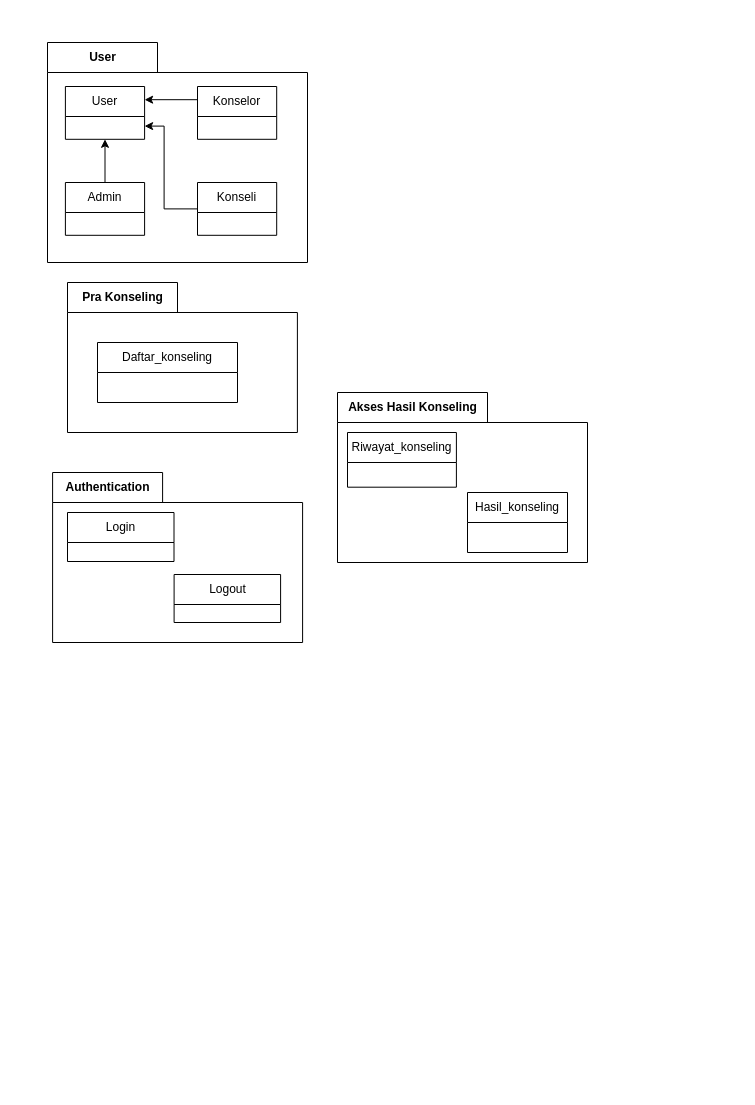
The draw.io diagram page "Package Diagram Class" (4 of 5) of UML.drawio in rhmdin/TB-APSI, before the edit. Source tidied: cells renumbered, new cells numbered last; positions are measured from the earlier drawing's top-left corner, leaving out a move shared by most shapes. Both pictures are drawn from the tidied source at 100%, with x=0, y=0 at pixel (47, 42).
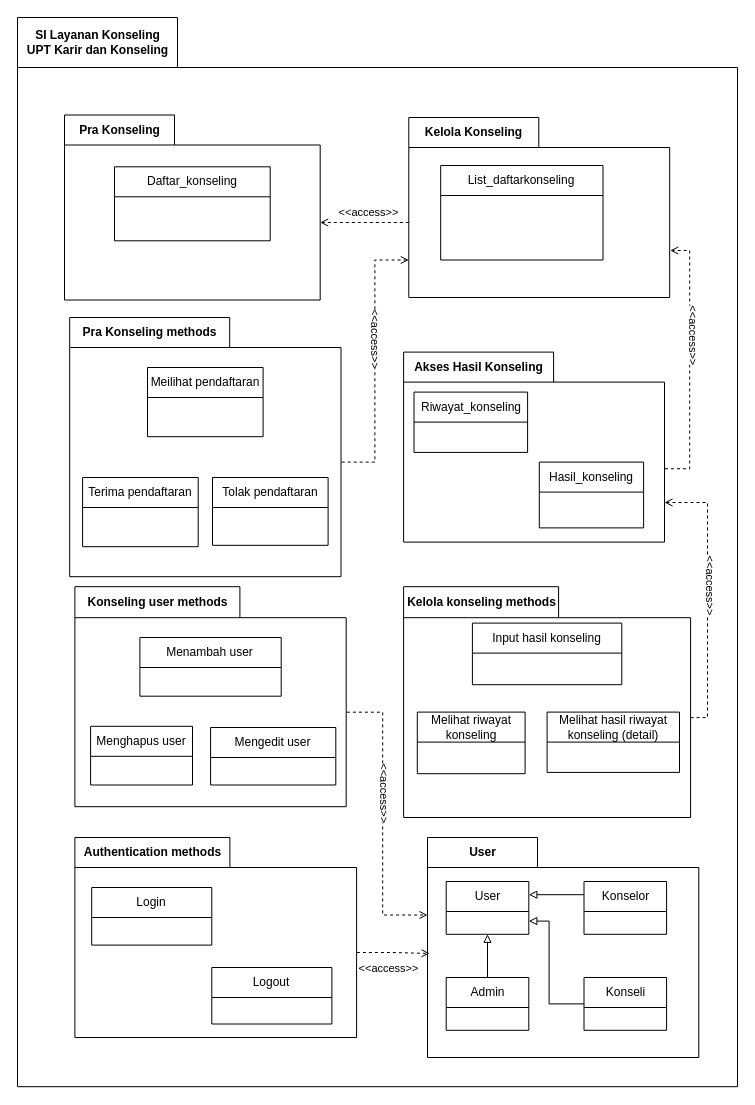
The same diagram, later.

What changed in the source:
```diff
@@
+    <mxCell id="22" value="SI Layanan Konseling&lt;br&gt;UPT Karir dan Konseling" style="shape=folder;fontStyle=1;tabWidth=160;tabHeight=50;tabPosition=left;html=1;boundedLbl=1;labelInHeader=1;" parent="1" vertex="1">
+      <mxGeometry x="-30" y="-25" width="720" height="1069.2" as="geometry" />
+    </mxCell>
+    <mxCell id="23" value="&amp;nbsp;" style="html=1;strokeColor=none;fillColor=none;" parent="22" vertex="1">
+      <mxGeometry width="711.97" height="630" relative="1" as="geometry">
+        <mxPoint y="30" as="offset" />
+      </mxGeometry>
+    </mxCell>
+    <mxCell id="18" value="Akses Hasil Konseling" style="shape=folder;fontStyle=1;tabWidth=150;tabHeight=30;tabPosition=left;html=1;boundedLbl=1;labelInHeader=1;" parent="22" vertex="1">
+      <mxGeometry x="386.1" y="334.6" width="260.9" height="190" as="geometry" />
+    </mxCell>
+    <mxCell id="19" value="&amp;nbsp;" style="html=1;strokeColor=none;fillColor=none;" parent="18" vertex="1">
+      <mxGeometry width="260.87" height="88.32" relative="1" as="geometry">
+        <mxPoint y="30" as="offset" />
+      </mxGeometry>
+    </mxCell>
+    <mxCell id="20" value="Riwayat_konseling" style="swimlane;fontStyle=0;horizontal=1;startSize=30;whiteSpace=wrap;html=1;" parent="18" vertex="1">
+      <mxGeometry x="10.4" y="40" width="113.6" height="60.3" as="geometry" />
+    </mxCell>
+    <mxCell id="21" value="Hasil_konseling" style="swimlane;fontStyle=0;horizontal=1;startSize=30;whiteSpace=wrap;html=1;" parent="18" vertex="1">
+      <mxGeometry x="135.7" y="110" width="104.3" height="65.8" as="geometry" />
+    </mxCell>
-    <mxCell id="2" value="User" style="shape=folder;fontStyle=1;tabWidth=110;tabHeight=30;tabPosition=left;html=1;boundedLbl=1;labelInHeader=1;" parent="1" vertex="1">
-      <mxGeometry width="260" height="220" as="geometry" />
+    <mxCell id="2" value="User" style="shape=folder;fontStyle=1;tabWidth=110;tabHeight=30;tabPosition=left;html=1;boundedLbl=1;labelInHeader=1;" parent="22" vertex="1">
+      <mxGeometry x="410" y="820" width="271.3" height="220" as="geometry" />
     </mxCell>
     <mxCell id="3" value="&amp;nbsp;" style="html=1;strokeColor=none;fillColor=none;" parent="2" vertex="1">
-      <mxGeometry width="260.09" height="190" relative="1" as="geometry">
+      <mxGeometry width="271.4" height="190" relative="1" as="geometry">
         <mxPoint y="30" as="offset" />
       </mxGeometry>
     </mxCell>
     <mxCell id="4" value="User" style="swimlane;fontStyle=0;horizontal=1;startSize=30;whiteSpace=wrap;html=1;" parent="2" vertex="1">
-      <mxGeometry x="17.9" y="44" width="79.2" height="52.8" as="geometry" />
+      <mxGeometry x="18.7" y="44" width="82.6" height="52.8" as="geometry" />
     </mxCell>
-    <mxCell id="5" style="edgeStyle=orthogonalEdgeStyle;rounded=0;jettySize=auto;html=1;exitX=0.5;exitY=0;exitDx=0;exitDy=0;entryX=0.5;entryY=1;entryDx=0;entryDy=0;" parent="2" edge="1" source="6" target="4">
+    <mxCell id="5" style="edgeStyle=orthogonalEdgeStyle;rounded=0;jettySize=auto;html=1;exitX=0.5;exitY=0;exitDx=0;exitDy=0;entryX=0.5;entryY=1;entryDx=0;entryDy=0;endArrow=block;endFill=0;" parent="2" edge="1" source="6" target="4">
       <mxGeometry relative="1" as="geometry" />
     </mxCell>
     <mxCell id="6" value="Admin" style="swimlane;fontStyle=0;horizontal=1;startSize=30;whiteSpace=wrap;html=1;" parent="2" vertex="1">
-      <mxGeometry x="17.9" y="140" width="79.2" height="52.8" as="geometry" />
+      <mxGeometry x="18.7" y="140" width="82.6" height="52.8" as="geometry" />
     </mxCell>
-    <mxCell id="7" style="edgeStyle=orthogonalEdgeStyle;rounded=0;jettySize=auto;html=1;exitX=0;exitY=0.25;exitDx=0;exitDy=0;entryX=1;entryY=0.25;entryDx=0;entryDy=0;" parent="2" edge="1" source="8" target="4">
+    <mxCell id="7" style="edgeStyle=orthogonalEdgeStyle;rounded=0;jettySize=auto;html=1;exitX=0;exitY=0.25;exitDx=0;exitDy=0;entryX=1;entryY=0.25;entryDx=0;entryDy=0;endArrow=block;endFill=0;" parent="2" edge="1" source="8" target="4">
       <mxGeometry relative="1" as="geometry" />
     </mxCell>
     <mxCell id="8" value="Konselor" style="swimlane;fontStyle=0;horizontal=1;startSize=30;whiteSpace=wrap;html=1;" parent="2" vertex="1">
-      <mxGeometry x="150" y="44" width="79.2" height="52.8" as="geometry" />
+      <mxGeometry x="156.5" y="44" width="82.6" height="52.8" as="geometry" />
     </mxCell>
-    <mxCell id="9" style="edgeStyle=orthogonalEdgeStyle;rounded=0;jettySize=auto;html=1;exitX=0;exitY=0.5;exitDx=0;exitDy=0;entryX=1;entryY=0.75;entryDx=0;entryDy=0;" parent="2" edge="1" source="10" target="4">
+    <mxCell id="9" style="edgeStyle=orthogonalEdgeStyle;rounded=0;jettySize=auto;html=1;exitX=0;exitY=0.5;exitDx=0;exitDy=0;entryX=1;entryY=0.75;entryDx=0;entryDy=0;endArrow=block;endFill=0;" parent="2" edge="1" source="10" target="4">
       <mxGeometry relative="1" as="geometry">
         <Array as="points">
-          <mxPoint x="116.6" y="166" />
-          <mxPoint x="116.6" y="84" />
+          <mxPoint x="121.6" y="166" />
+          <mxPoint x="121.6" y="84" />
         </Array>
       </mxGeometry>
     </mxCell>
     <mxCell id="10" value="Konseli" style="swimlane;fontStyle=0;horizontal=1;startSize=30;whiteSpace=wrap;html=1;" parent="2" vertex="1">
-      <mxGeometry x="150" y="140" width="79.2" height="52.8" as="geometry" />
+      <mxGeometry x="156.5" y="140" width="82.6" height="52.8" as="geometry" />
     </mxCell>
-    <mxCell id="11" value="Pra Konseling" style="shape=folder;fontStyle=1;tabWidth=110;tabHeight=30;tabPosition=left;html=1;boundedLbl=1;labelInHeader=1;" parent="1" vertex="1">
-      <mxGeometry x="20" y="240" width="229.9" height="150" as="geometry" />
+    <mxCell id="11" value="Pra Konseling" style="shape=folder;fontStyle=1;tabWidth=110;tabHeight=30;tabPosition=left;html=1;boundedLbl=1;labelInHeader=1;" parent="22" vertex="1">
+      <mxGeometry x="47" y="97.5" width="255.7" height="185" as="geometry" />
     </mxCell>
     <mxCell id="12" value="&amp;nbsp;" style="html=1;strokeColor=none;fillColor=none;" parent="11" vertex="1">
-      <mxGeometry width="229.88" height="105" relative="1" as="geometry">
+      <mxGeometry width="255.65" height="129.5" relative="1" as="geometry">
         <mxPoint y="30" as="offset" />
       </mxGeometry>
     </mxCell>
     <mxCell id="13" value="Daftar_konseling" style="swimlane;fontStyle=0;horizontal=1;startSize=30;whiteSpace=wrap;html=1;" parent="11" vertex="1">
-      <mxGeometry x="30" y="60" width="140" height="60" as="geometry" />
+      <mxGeometry x="50" y="51.8" width="155.7" height="74" as="geometry" />
     </mxCell>
+    <mxCell id="24" style="edgeStyle=orthogonalEdgeStyle;rounded=0;jettySize=auto;html=1;exitX=0;exitY=0;exitDx=270;exitDy=115;exitPerimeter=0;entryX=0.008;entryY=0.527;entryDx=0;entryDy=0;entryPerimeter=0;dashed=1;endArrow=open;endFill=0;" parent="22" edge="1" source="14" target="2">
+      <mxGeometry relative="1" as="geometry" />
+    </mxCell>
+    <mxCell id="25" value="&amp;lt;&amp;lt;access&amp;gt;&amp;gt;" style="edgeLabel;html=1;align=center;verticalAlign=middle;" parent="24" vertex="1">
+      <mxGeometry x="-0.17" relative="1" as="geometry">
+        <mxPoint x="7" y="15" as="offset" />
+      </mxGeometry>
+    </mxCell>
-    <mxCell id="14" value="Authentication" style="shape=folder;fontStyle=1;tabWidth=110;tabHeight=30;tabPosition=left;html=1;boundedLbl=1;labelInHeader=1;" parent="1" vertex="1">
-      <mxGeometry x="5.1" y="430" width="250" height="170" as="geometry" />
+    <mxCell id="14" value="Authentication methods" style="shape=folder;fontStyle=1;tabWidth=155;tabHeight=30;tabPosition=left;html=1;boundedLbl=1;labelInHeader=1;" parent="22" vertex="1">
+      <mxGeometry x="57.4" y="820" width="281.7" height="200" as="geometry" />
     </mxCell>
     <mxCell id="15" style="html=1;strokeColor=none;fillColor=none;" parent="14" vertex="1">
-      <mxGeometry width="225.74" height="119" relative="1" as="geometry">
+      <mxGeometry width="254.4" height="140" relative="1" as="geometry">
         <mxPoint y="30" as="offset" />
       </mxGeometry>
     </mxCell>
     <mxCell id="16" value="Login" style="swimlane;fontStyle=0;horizontal=1;startSize=30;whiteSpace=wrap;html=1;" parent="14" vertex="1">
-      <mxGeometry x="14.9" y="40" width="106.5" height="49" as="geometry" />
+      <mxGeometry x="16.8" y="50" width="120.1" height="57.6" as="geometry" />
     </mxCell>
     <mxCell id="17" value="Logout" style="swimlane;fontStyle=0;horizontal=1;startSize=30;whiteSpace=wrap;html=1;" parent="14" vertex="1">
-      <mxGeometry x="121.5" y="102" width="106.5" height="48" as="geometry" />
+      <mxGeometry x="136.9" y="130" width="120.1" height="56.5" as="geometry" />
     </mxCell>
-    <mxCell id="18" value="Akses Hasil Konseling" style="shape=folder;fontStyle=1;tabWidth=150;tabHeight=30;tabPosition=left;html=1;boundedLbl=1;labelInHeader=1;" parent="1" vertex="1">
-      <mxGeometry x="290" y="350" width="250" height="170" as="geometry" />
-    </mxCell>
-    <mxCell id="19" value="&amp;nbsp;" style="html=1;strokeColor=none;fillColor=none;" parent="18" vertex="1">
-      <mxGeometry width="250" height="119" relative="1" as="geometry">
-        <mxPoint y="30" as="offset" />
-      </mxGeometry>
-    </mxCell>
-    <mxCell id="20" value="Riwayat_konseling" style="swimlane;fontStyle=0;horizontal=1;startSize=30;whiteSpace=wrap;html=1;" parent="18" vertex="1">
-      <mxGeometry x="10" y="40" width="108.9" height="54.7" as="geometry" />
-    </mxCell>
-    <mxCell id="21" value="Hasil_konseling" style="swimlane;fontStyle=0;horizontal=1;startSize=30;whiteSpace=wrap;html=1;" parent="18" vertex="1">
-      <mxGeometry x="130" y="100" width="100" height="60" as="geometry" />
-    </mxCell>
+    <mxCell id="26" style="edgeStyle=orthogonalEdgeStyle;rounded=0;jettySize=auto;html=1;exitX=0;exitY=0;exitDx=275;exitDy=130.91500000000002;exitPerimeter=0;dashed=1;endArrow=open;endFill=0;" parent="22" edge="1" source="28" target="18">
+      <mxGeometry relative="1" as="geometry">
+        <Array as="points">
+          <mxPoint x="690" y="700" />
+          <mxPoint x="690" y="485" />
+        </Array>
+      </mxGeometry>
+    </mxCell>
+    <mxCell id="27" value="&amp;lt;&amp;lt;access&amp;gt;&amp;gt;" style="edgeLabel;html=1;align=center;verticalAlign=middle;rotation=90;" parent="26" vertex="1">
+      <mxGeometry x="0.13" y="-4" relative="1" as="geometry" />
+    </mxCell>
+    <mxCell id="28" value="Kelola konseling methods" style="shape=folder;fontStyle=1;tabWidth=155;tabHeight=31;tabPosition=left;html=1;boundedLbl=1;labelInHeader=1;" parent="22" vertex="1">
+      <mxGeometry x="386.1" y="569.2" width="287" height="230.8" as="geometry" />
+    </mxCell>
+    <mxCell id="29" style="html=1;strokeColor=none;fillColor=none;" parent="28" vertex="1">
+      <mxGeometry width="259.11" height="149.63" relative="1" as="geometry">
+        <mxPoint y="30" as="offset" />
+      </mxGeometry>
+    </mxCell>
+    <mxCell id="30" value="Melihat riwayat konseling" style="swimlane;fontStyle=0;horizontal=1;startSize=30;whiteSpace=wrap;html=1;" parent="28" vertex="1">
+      <mxGeometry x="13.7" y="125.4" width="107.8" height="61.6" as="geometry" />
+    </mxCell>
+    <mxCell id="31" value="Melihat hasil riwayat konseling (detail)" style="swimlane;fontStyle=0;horizontal=1;startSize=30;whiteSpace=wrap;html=1;" parent="28" vertex="1">
+      <mxGeometry x="143.5" y="125.4" width="132.4" height="60.3" as="geometry" />
+    </mxCell>
+    <mxCell id="32" value="Input hasil konseling" style="swimlane;fontStyle=0;horizontal=1;startSize=30;whiteSpace=wrap;html=1;" parent="28" vertex="1">
+      <mxGeometry x="68.8" y="36.4" width="149.4" height="61.6" as="geometry" />
+    </mxCell>
+    <mxCell id="33" style="edgeStyle=orthogonalEdgeStyle;rounded=0;jettySize=auto;html=1;exitX=0;exitY=0;exitDx=260;exitDy=125.5;exitPerimeter=0;entryX=0;entryY=0;entryDx=0;entryDy=77.5;entryPerimeter=0;dashed=1;endArrow=open;endFill=0;" parent="22" edge="1" source="35" target="2">
+      <mxGeometry relative="1" as="geometry">
+        <Array as="points">
+          <mxPoint x="365.2" y="695" />
+          <mxPoint x="365.2" y="898" />
+        </Array>
+      </mxGeometry>
+    </mxCell>
+    <mxCell id="34" value="&amp;lt;&amp;lt;access&amp;gt;&amp;gt;" style="edgeLabel;html=1;align=center;verticalAlign=middle;rotation=90;" parent="33" vertex="1">
+      <mxGeometry x="-0.13" y="2" relative="1" as="geometry" />
+    </mxCell>
+    <mxCell id="35" value="Konseling user methods" style="shape=folder;fontStyle=1;tabWidth=165;tabHeight=31;tabPosition=left;html=1;boundedLbl=1;labelInHeader=1;" parent="22" vertex="1">
+      <mxGeometry x="57.4" y="569.2" width="271.3" height="220" as="geometry" />
+    </mxCell>
+    <mxCell id="36" style="html=1;strokeColor=none;fillColor=none;" parent="35" vertex="1">
+      <mxGeometry width="244.97" height="142.61" relative="1" as="geometry">
+        <mxPoint y="30" as="offset" />
+      </mxGeometry>
+    </mxCell>
+    <mxCell id="37" value="Menghapus user" style="swimlane;fontStyle=0;horizontal=1;startSize=30;whiteSpace=wrap;html=1;" parent="35" vertex="1">
+      <mxGeometry x="15.7" y="139.6" width="101.9" height="58.7" as="geometry" />
+    </mxCell>
+    <mxCell id="38" value="Mengedit user" style="swimlane;fontStyle=0;horizontal=1;startSize=30;whiteSpace=wrap;html=1;" parent="35" vertex="1">
+      <mxGeometry x="135.7" y="140.8" width="125.2" height="57.5" as="geometry" />
+    </mxCell>
+    <mxCell id="39" value="Menambah user" style="swimlane;fontStyle=0;horizontal=1;startSize=30;whiteSpace=wrap;html=1;" parent="35" vertex="1">
+      <mxGeometry x="65" y="50.8" width="141.3" height="58.7" as="geometry" />
+    </mxCell>
+    <mxCell id="40" style="edgeStyle=orthogonalEdgeStyle;rounded=0;jettySize=auto;html=1;exitX=0;exitY=0;exitDx=260;exitDy=144.58638655462184;exitPerimeter=0;entryX=0;entryY=0;entryDx=0;entryDy=142.5;entryPerimeter=0;dashed=1;endArrow=open;endFill=0;" parent="22" edge="1" source="42" target="47">
+      <mxGeometry relative="1" as="geometry" />
+    </mxCell>
+    <mxCell id="41" value="&amp;lt;&amp;lt;access&amp;gt;&amp;gt;" style="edgeLabel;html=1;align=center;verticalAlign=middle;rotation=90;" parent="40" vertex="1">
+      <mxGeometry x="0.2" relative="1" as="geometry">
+        <mxPoint x="1" as="offset" />
+      </mxGeometry>
+    </mxCell>
+    <mxCell id="42" value="Pra Konseling methods" style="shape=folder;fontStyle=1;tabWidth=160;tabHeight=30;tabPosition=left;html=1;boundedLbl=1;labelInHeader=1;" parent="22" vertex="1">
+      <mxGeometry x="52.2" y="300" width="271.3" height="259.2" as="geometry" />
+    </mxCell>
+    <mxCell id="43" style="html=1;strokeColor=none;fillColor=none;" parent="42" vertex="1">
+      <mxGeometry width="244.97" height="168" relative="1" as="geometry">
+        <mxPoint y="30" as="offset" />
+      </mxGeometry>
+    </mxCell>
+    <mxCell id="44" value="Terima pendaftaran" style="swimlane;fontStyle=0;horizontal=1;startSize=30;whiteSpace=wrap;html=1;" parent="42" vertex="1">
+      <mxGeometry x="12.9" y="160" width="115.6" height="69.2" as="geometry" />
+    </mxCell>
+    <mxCell id="45" value="Tolak pendaftaran" style="swimlane;fontStyle=0;horizontal=1;startSize=30;whiteSpace=wrap;html=1;" parent="42" vertex="1">
+      <mxGeometry x="142.8" y="160" width="115.6" height="67.8" as="geometry" />
+    </mxCell>
+    <mxCell id="46" value="Meilihat pendaftaran" style="swimlane;fontStyle=0;horizontal=1;startSize=30;whiteSpace=wrap;html=1;" parent="42" vertex="1">
+      <mxGeometry x="77.8" y="50" width="115.6" height="69.2" as="geometry" />
+    </mxCell>
+    <mxCell id="47" value="Kelola Konseling" style="shape=folder;fontStyle=1;tabWidth=130;tabHeight=30;tabPosition=left;html=1;boundedLbl=1;labelInHeader=1;" parent="22" vertex="1">
+      <mxGeometry x="391.3" y="100" width="260.9" height="180" as="geometry" />
+    </mxCell>
+    <mxCell id="48" value="&amp;nbsp;" style="html=1;strokeColor=none;fillColor=none;" parent="47" vertex="1">
+      <mxGeometry width="266.56" height="132" relative="1" as="geometry">
+        <mxPoint y="30" as="offset" />
+      </mxGeometry>
+    </mxCell>
+    <mxCell id="49" value="List_daftarkonseling" style="swimlane;fontStyle=0;horizontal=1;startSize=30;whiteSpace=wrap;html=1;" parent="47" vertex="1">
+      <mxGeometry x="31.9" y="48" width="162.3" height="94.5" as="geometry" />
+    </mxCell>
+    <mxCell id="50" style="edgeStyle=orthogonalEdgeStyle;rounded=0;jettySize=auto;html=1;exitX=1.002;exitY=0.614;exitDx=0;exitDy=0;exitPerimeter=0;entryX=1.002;entryY=0.739;entryDx=0;entryDy=0;entryPerimeter=0;endArrow=open;endFill=0;dashed=1;" parent="22" edge="1" source="18" target="47">
+      <mxGeometry relative="1" as="geometry" />
+    </mxCell>
+    <mxCell id="51" value="&amp;lt;&amp;lt;access&amp;gt;&amp;gt;" style="edgeLabel;html=1;align=center;verticalAlign=middle;rotation=90;" parent="50" vertex="1">
+      <mxGeometry x="0.21" y="-4" relative="1" as="geometry" />
+    </mxCell>
+    <mxCell id="52" style="edgeStyle=orthogonalEdgeStyle;rounded=0;jettySize=auto;html=1;exitX=0;exitY=0;exitDx=0;exitDy=105;exitPerimeter=0;endArrow=open;endFill=0;dashed=1;entryX=0;entryY=0;entryDx=255.65217391304347;entryDy=107.49976008311145;entryPerimeter=0;" parent="22" edge="1" source="47" target="11">
+      <mxGeometry relative="1" as="geometry" />
+    </mxCell>
+    <mxCell id="53" value="&amp;lt;&amp;lt;access&amp;gt;&amp;gt;" style="edgeLabel;html=1;align=center;verticalAlign=middle;" parent="52" vertex="1">
+      <mxGeometry x="0.27" y="-2" relative="1" as="geometry">
+        <mxPoint x="15" y="-8" as="offset" />
+      </mxGeometry>
+    </mxCell>
```
